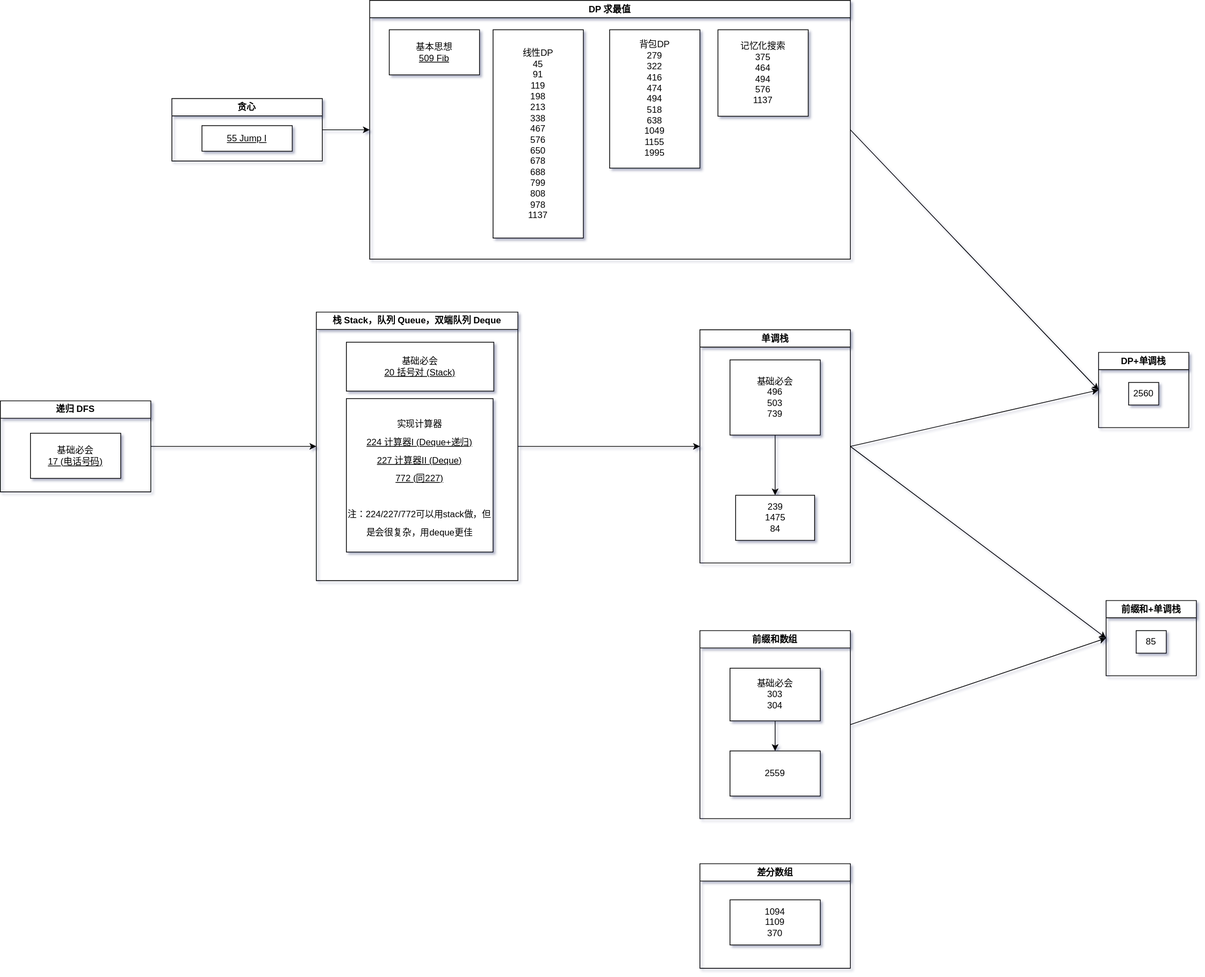
Before: drawio/map.drawio.svg, a diagram exported from draw.io (jssonx/algo-playground). Source tidied: cells renumbered, new cells last; positions are measured from the earlier drawing's top-left corner, leaving out a move shared by most shapes.
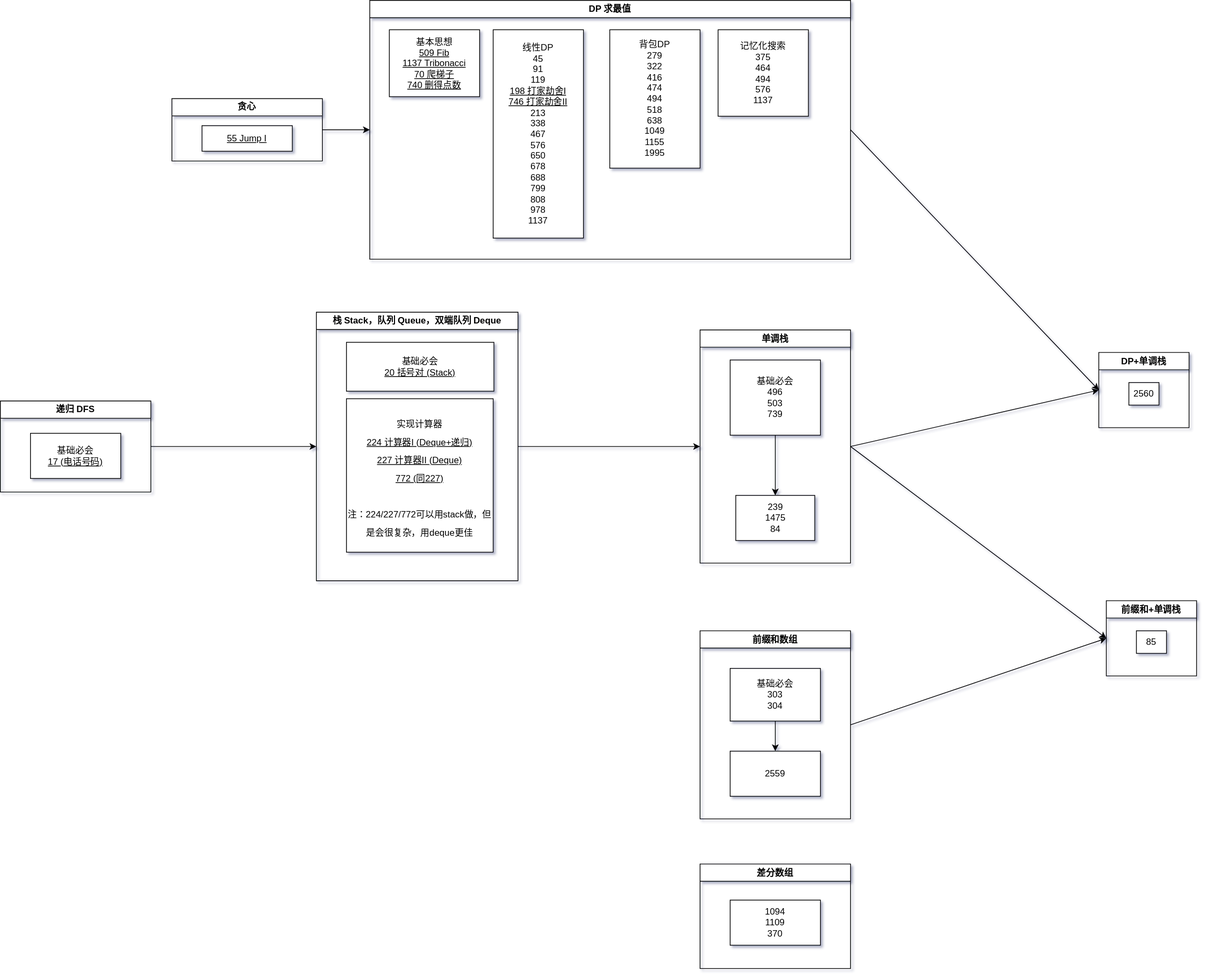
Above is the later version.

Diff of the diagram source:
```diff
@@ -59,8 +59,8 @@
     <mxCell id="20" value="记忆化搜索&lt;br&gt;375&lt;br&gt;464&lt;br&gt;494&lt;br&gt;576&lt;br&gt;1137" style="whiteSpace=wrap;html=1;" parent="18" vertex="1">
       <mxGeometry x="463" y="39" width="120" height="115" as="geometry" />
     </mxCell>
-    <mxCell id="21" value="基本思想&lt;br&gt;&lt;u&gt;509 Fib&lt;/u&gt;" style="whiteSpace=wrap;html=1;" parent="18" vertex="1">
-      <mxGeometry x="26" y="39" width="120" height="60" as="geometry" />
+    <mxCell id="21" value="基本思想&lt;br&gt;&lt;u&gt;509 Fib&lt;br&gt;1137 Tribonacci&lt;br&gt;70 爬梯子&lt;br&gt;740 删得点数&lt;br&gt;&lt;/u&gt;" style="whiteSpace=wrap;html=1;" parent="18" vertex="1">
+      <mxGeometry x="26" y="39" width="120" height="89" as="geometry" />
     </mxCell>
     <mxCell id="22" style="edgeStyle=none;html=1;exitX=1;exitY=0.5;exitDx=0;exitDy=0;entryX=0;entryY=0.5;entryDx=0;entryDy=0;rounded=0;" parent="1" edge="1" source="23" target="7">
       <mxGeometry relative="1" as="geometry" />
@@ -89,7 +89,7 @@
     <mxCell id="30" value="1094&lt;br&gt;1109&lt;br&gt;370" style="whiteSpace=wrap;html=1;" parent="29" vertex="1">
       <mxGeometry x="40" y="48" width="120" height="60" as="geometry" />
     </mxCell>
-    <mxCell id="31" value="线性DP&lt;br&gt;45&lt;br&gt;91&lt;br&gt;119&lt;br&gt;198&lt;br&gt;213&lt;br&gt;338&lt;br&gt;467&lt;br&gt;576&lt;br&gt;650&lt;br&gt;678&lt;br&gt;688&lt;br&gt;799&lt;br&gt;808&lt;br&gt;978&lt;br&gt;1137" style="whiteSpace=wrap;html=1;" parent="1" vertex="1">
+    <mxCell id="31" value="线性DP&lt;br&gt;45&lt;br&gt;91&lt;br&gt;119&lt;br&gt;&lt;u&gt;198 打家劫舍I&lt;br&gt;746 打家劫舍II&lt;/u&gt;&lt;br&gt;213&lt;br&gt;338&lt;br&gt;467&lt;br&gt;576&lt;br&gt;650&lt;br&gt;678&lt;br&gt;688&lt;br&gt;799&lt;br&gt;808&lt;br&gt;978&lt;br&gt;1137" style="whiteSpace=wrap;html=1;" parent="1" vertex="1">
       <mxGeometry x="655" y="39" width="120" height="277" as="geometry" />
     </mxCell>
     <mxCell id="32" style="edgeStyle=none;html=1;exitX=1;exitY=0.5;exitDx=0;exitDy=0;entryX=0;entryY=0.5;entryDx=0;entryDy=0;" parent="1" edge="1" source="33" target="18">
```
